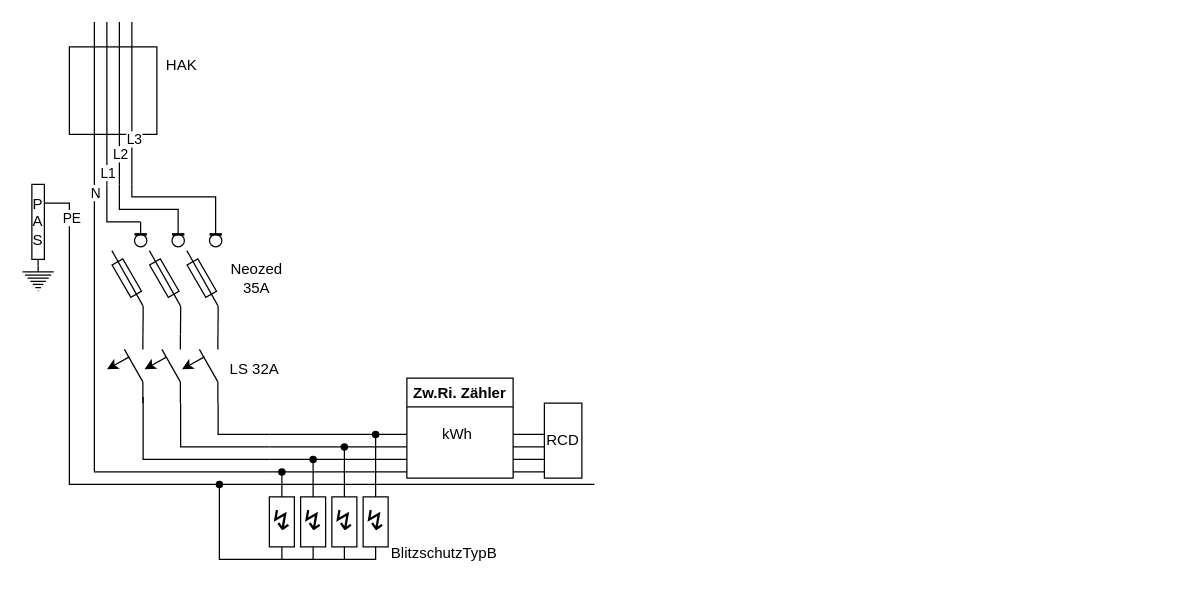
The draw.io diagram PV_Schaltplan.drawio in Lostqw1/Funfun, before the edit. Source tidied: cells renumbered, new cells numbered last; positions are measured from the earlier drawing's top-left corner, leaving out a move shared by most shapes. Both pictures are drawn from the tidied source at 125%, with x=0, y=0 at pixel (21, 21).
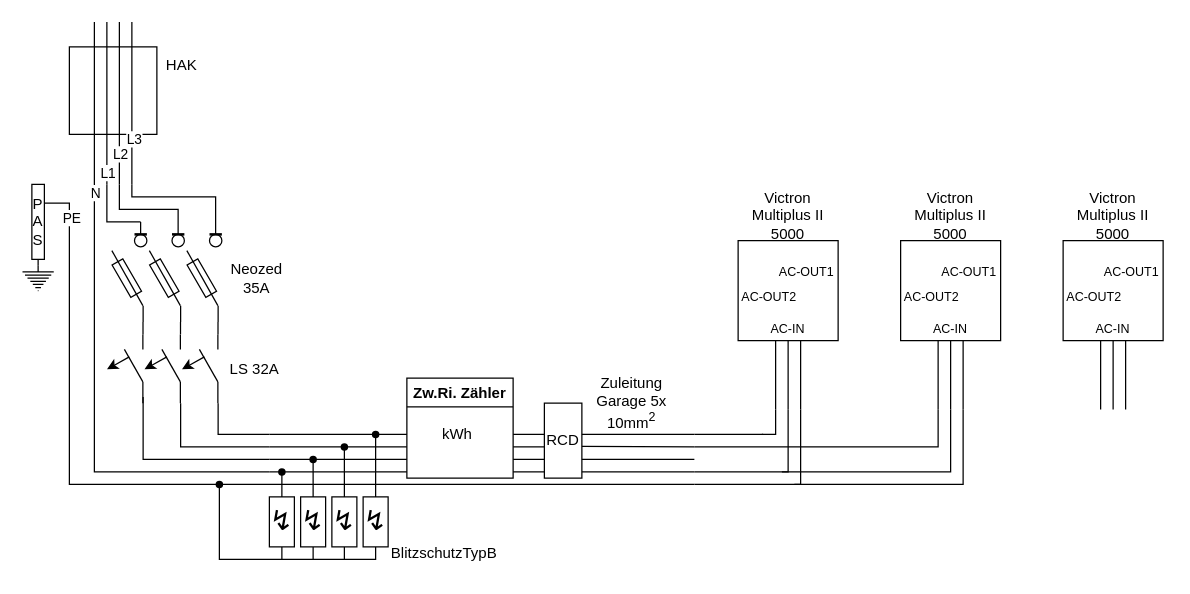
The same diagram, later.

The edit, as a diff of the source:
```diff
@@
     <mxCell id="62" style="endArrow=none;html=1;rounded=0;" parent="1" edge="1">
       <mxGeometry relative="1" as="geometry">
-        <mxPoint x="458" y="370" as="sourcePoint" />
+        <mxPoint x="538" y="370" as="sourcePoint" />
         <mxPoint x="38" y="300" as="targetPoint" />
         <Array as="points">
           <mxPoint x="38" y="370" />
         </Array>
       </mxGeometry>
     </mxCell>
@@
+    <mxCell id="104" style="endArrow=none;html=1;rounded=0;" parent="1" edge="1">
+      <mxGeometry relative="1" as="geometry">
+        <mxPoint x="448" y="360" as="sourcePoint" />
+        <mxPoint x="538" y="360" as="targetPoint" />
+      </mxGeometry>
+    </mxCell>
+    <mxCell id="105" style="endArrow=none;html=1;rounded=0;" parent="1" edge="1">
+      <mxGeometry relative="1" as="geometry">
+        <mxPoint x="448" y="350" as="sourcePoint" />
+        <mxPoint x="538" y="350" as="targetPoint" />
+      </mxGeometry>
+    </mxCell>
+    <mxCell id="106" style="endArrow=none;html=1;rounded=0;" parent="1" edge="1">
+      <mxGeometry relative="1" as="geometry">
+        <mxPoint x="448" y="339.5" as="sourcePoint" />
+        <mxPoint x="538" y="340" as="targetPoint" />
+      </mxGeometry>
+    </mxCell>
+    <mxCell id="107" style="endArrow=none;html=1;rounded=0;" parent="1" edge="1">
+      <mxGeometry relative="1" as="geometry">
+        <mxPoint x="448" y="330" as="sourcePoint" />
+        <mxPoint x="538" y="330" as="targetPoint" />
+      </mxGeometry>
+    </mxCell>
+    <mxCell id="108" value="Zuleitung Garage 5x 10mm&lt;sup&gt;2&lt;/sup&gt;" style="text;html=1;strokeColor=none;fillColor=none;align=center;verticalAlign=middle;whiteSpace=wrap;rounded=0;" parent="1" vertex="1">
+      <mxGeometry x="458" y="290" width="60" height="30" as="geometry" />
+    </mxCell>
+    <mxCell id="109" style="endArrow=none;html=1;rounded=0;" parent="1" edge="1">
+      <mxGeometry relative="1" as="geometry">
+        <mxPoint x="538" y="330" as="sourcePoint" />
+        <mxPoint x="593" y="330" as="targetPoint" />
+      </mxGeometry>
+    </mxCell>
+    <mxCell id="110" style="endArrow=none;html=1;rounded=0;" parent="1" edge="1">
+      <mxGeometry relative="1" as="geometry">
+        <mxPoint x="592" y="330" as="sourcePoint" />
+        <mxPoint x="603" y="310" as="targetPoint" />
+        <Array as="points">
+          <mxPoint x="603" y="330" />
+        </Array>
+      </mxGeometry>
+    </mxCell>
+    <mxCell id="111" style="endArrow=none;html=1;rounded=0;" parent="1" edge="1">
+      <mxGeometry relative="1" as="geometry">
+        <mxPoint x="538" y="360" as="sourcePoint" />
+        <mxPoint x="613" y="310" as="targetPoint" />
+        <Array as="points">
+          <mxPoint x="613" y="360" />
+        </Array>
+      </mxGeometry>
+    </mxCell>
+    <mxCell id="112" style="endArrow=none;html=1;rounded=0;" parent="1" edge="1">
+      <mxGeometry relative="1" as="geometry">
+        <mxPoint x="538" y="370" as="sourcePoint" />
+        <mxPoint x="623" y="310" as="targetPoint" />
+        <Array as="points">
+          <mxPoint x="623" y="370" />
+        </Array>
+      </mxGeometry>
+    </mxCell>
+    <mxCell id="113" style="endArrow=none;html=1;rounded=0;" parent="1" edge="1">
+      <mxGeometry relative="1" as="geometry">
+        <mxPoint x="538" y="340" as="sourcePoint" />
+        <mxPoint x="733" y="310" as="targetPoint" />
+        <Array as="points">
+          <mxPoint x="733" y="340" />
+        </Array>
+      </mxGeometry>
+    </mxCell>
+    <mxCell id="114" style="group;" parent="1" vertex="1">
+      <mxGeometry x="568" y="140" width="90" height="170" as="geometry" />
+    </mxCell>
+    <mxCell id="115" style="group;" parent="114" vertex="1">
+      <mxGeometry width="90" height="120" as="geometry" />
+    </mxCell>
+    <mxCell id="116" style="whiteSpace=wrap;html=1;" parent="115" vertex="1">
+      <mxGeometry x="5" y="35" width="80" height="80" as="geometry" />
+    </mxCell>
+    <mxCell id="117" value="Victron Multiplus II 5000" style="text;html=1;strokeColor=none;fillColor=none;align=center;verticalAlign=middle;whiteSpace=wrap;rounded=0;" parent="115" vertex="1">
+      <mxGeometry x="15" width="60" height="30" as="geometry" />
+    </mxCell>
+    <mxCell id="118" value="AC-IN" style="text;html=1;strokeColor=none;fillColor=none;align=center;verticalAlign=middle;whiteSpace=wrap;rounded=0;fontSize=10;" parent="115" vertex="1">
+      <mxGeometry x="15" y="90" width="60" height="30" as="geometry" />
+    </mxCell>
+    <mxCell id="119" value="AC-OUT2" style="text;html=1;strokeColor=none;fillColor=none;align=center;verticalAlign=middle;whiteSpace=wrap;rounded=0;fontSize=10;" parent="115" vertex="1">
+      <mxGeometry y="65" width="60" height="30" as="geometry" />
+    </mxCell>
+    <mxCell id="120" value="AC-OUT1" style="text;html=1;strokeColor=none;fillColor=none;align=center;verticalAlign=middle;whiteSpace=wrap;rounded=0;fontSize=10;" parent="115" vertex="1">
+      <mxGeometry x="30" y="45" width="60" height="30" as="geometry" />
+    </mxCell>
+    <mxCell id="121" style="endArrow=none;html=1;rounded=0;" parent="114" edge="1">
+      <mxGeometry relative="1" as="geometry">
+        <mxPoint x="35" y="115" as="sourcePoint" />
+        <mxPoint x="35" y="170" as="targetPoint" />
+      </mxGeometry>
+    </mxCell>
+    <mxCell id="122" style="endArrow=none;html=1;rounded=0;" parent="114" edge="1">
+      <mxGeometry relative="1" as="geometry">
+        <mxPoint x="45" y="115" as="sourcePoint" />
+        <mxPoint x="45" y="170" as="targetPoint" />
+      </mxGeometry>
+    </mxCell>
+    <mxCell id="123" style="endArrow=none;html=1;rounded=0;" parent="114" edge="1">
+      <mxGeometry relative="1" as="geometry">
+        <mxPoint x="55" y="115" as="sourcePoint" />
+        <mxPoint x="55" y="170" as="targetPoint" />
+      </mxGeometry>
+    </mxCell>
+    <mxCell id="124" style="group;" parent="1" vertex="1">
+      <mxGeometry x="698" y="140" width="90" height="170" as="geometry" />
+    </mxCell>
+    <mxCell id="125" style="group;" parent="124" vertex="1">
+      <mxGeometry width="90" height="120" as="geometry" />
+    </mxCell>
+    <mxCell id="126" style="whiteSpace=wrap;html=1;" parent="125" vertex="1">
+      <mxGeometry x="5" y="35" width="80" height="80" as="geometry" />
+    </mxCell>
+    <mxCell id="127" value="Victron Multiplus II 5000" style="text;html=1;strokeColor=none;fillColor=none;align=center;verticalAlign=middle;whiteSpace=wrap;rounded=0;" parent="125" vertex="1">
+      <mxGeometry x="15" width="60" height="30" as="geometry" />
+    </mxCell>
+    <mxCell id="128" value="AC-IN" style="text;html=1;strokeColor=none;fillColor=none;align=center;verticalAlign=middle;whiteSpace=wrap;rounded=0;fontSize=10;" parent="125" vertex="1">
+      <mxGeometry x="15" y="90" width="60" height="30" as="geometry" />
+    </mxCell>
+    <mxCell id="129" value="AC-OUT2" style="text;html=1;strokeColor=none;fillColor=none;align=center;verticalAlign=middle;whiteSpace=wrap;rounded=0;fontSize=10;" parent="125" vertex="1">
+      <mxGeometry y="65" width="60" height="30" as="geometry" />
+    </mxCell>
+    <mxCell id="130" value="AC-OUT1" style="text;html=1;strokeColor=none;fillColor=none;align=center;verticalAlign=middle;whiteSpace=wrap;rounded=0;fontSize=10;" parent="125" vertex="1">
+      <mxGeometry x="30" y="45" width="60" height="30" as="geometry" />
+    </mxCell>
+    <mxCell id="131" style="endArrow=none;html=1;rounded=0;" parent="124" edge="1">
+      <mxGeometry relative="1" as="geometry">
+        <mxPoint x="35" y="115" as="sourcePoint" />
+        <mxPoint x="35" y="170" as="targetPoint" />
+      </mxGeometry>
+    </mxCell>
+    <mxCell id="132" style="endArrow=none;html=1;rounded=0;" parent="124" edge="1">
+      <mxGeometry relative="1" as="geometry">
+        <mxPoint x="45" y="115" as="sourcePoint" />
+        <mxPoint x="45" y="170" as="targetPoint" />
+      </mxGeometry>
+    </mxCell>
+    <mxCell id="133" style="endArrow=none;html=1;rounded=0;" parent="124" edge="1">
+      <mxGeometry relative="1" as="geometry">
+        <mxPoint x="55" y="115" as="sourcePoint" />
+        <mxPoint x="55" y="170" as="targetPoint" />
+      </mxGeometry>
+    </mxCell>
+    <mxCell id="134" style="group;" parent="1" vertex="1">
+      <mxGeometry x="828" y="140" width="90" height="170" as="geometry" />
+    </mxCell>
+    <mxCell id="135" style="group;" parent="134" vertex="1">
+      <mxGeometry width="90" height="120" as="geometry" />
+    </mxCell>
+    <mxCell id="136" style="whiteSpace=wrap;html=1;" parent="135" vertex="1">
+      <mxGeometry x="5" y="35" width="80" height="80" as="geometry" />
+    </mxCell>
+    <mxCell id="137" value="Victron Multiplus II 5000" style="text;html=1;strokeColor=none;fillColor=none;align=center;verticalAlign=middle;whiteSpace=wrap;rounded=0;" parent="135" vertex="1">
+      <mxGeometry x="15" width="60" height="30" as="geometry" />
+    </mxCell>
+    <mxCell id="138" value="AC-IN" style="text;html=1;strokeColor=none;fillColor=none;align=center;verticalAlign=middle;whiteSpace=wrap;rounded=0;fontSize=10;" parent="135" vertex="1">
+      <mxGeometry x="15" y="90" width="60" height="30" as="geometry" />
+    </mxCell>
+    <mxCell id="139" value="AC-OUT2" style="text;html=1;strokeColor=none;fillColor=none;align=center;verticalAlign=middle;whiteSpace=wrap;rounded=0;fontSize=10;" parent="135" vertex="1">
+      <mxGeometry y="65" width="60" height="30" as="geometry" />
+    </mxCell>
+    <mxCell id="140" value="AC-OUT1" style="text;html=1;strokeColor=none;fillColor=none;align=center;verticalAlign=middle;whiteSpace=wrap;rounded=0;fontSize=10;" parent="135" vertex="1">
+      <mxGeometry x="30" y="45" width="60" height="30" as="geometry" />
+    </mxCell>
+    <mxCell id="141" style="endArrow=none;html=1;rounded=0;" parent="134" edge="1">
+      <mxGeometry relative="1" as="geometry">
+        <mxPoint x="35" y="115" as="sourcePoint" />
+        <mxPoint x="35" y="170" as="targetPoint" />
+      </mxGeometry>
+    </mxCell>
+    <mxCell id="142" style="endArrow=none;html=1;rounded=0;" parent="134" edge="1">
+      <mxGeometry relative="1" as="geometry">
+        <mxPoint x="45" y="115" as="sourcePoint" />
+        <mxPoint x="45" y="170" as="targetPoint" />
+      </mxGeometry>
+    </mxCell>
+    <mxCell id="143" style="endArrow=none;html=1;rounded=0;" parent="134" edge="1">
+      <mxGeometry relative="1" as="geometry">
+        <mxPoint x="55" y="115" as="sourcePoint" />
+        <mxPoint x="55" y="170" as="targetPoint" />
+      </mxGeometry>
+    </mxCell>
+    <mxCell id="144" style="endArrow=none;html=1;rounded=0;" parent="1" edge="1">
+      <mxGeometry relative="1" as="geometry">
+        <mxPoint x="608" y="360" as="sourcePoint" />
+        <mxPoint x="743" y="310" as="targetPoint" />
+        <Array as="points">
+          <mxPoint x="743" y="360" />
+        </Array>
+      </mxGeometry>
+    </mxCell>
+    <mxCell id="145" style="endArrow=none;html=1;rounded=0;" parent="1" edge="1">
+      <mxGeometry relative="1" as="geometry">
+        <mxPoint x="618" y="370" as="sourcePoint" />
+        <mxPoint x="753" y="310" as="targetPoint" />
+        <Array as="points">
+          <mxPoint x="753" y="370" />
+        </Array>
+      </mxGeometry>
+    </mxCell>
```
